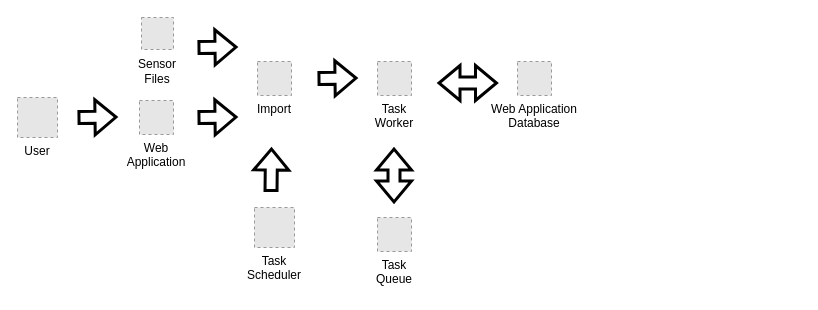
Earlier version of the draw.io diagram assets/images/2023-12-04-struggling-to-sync-sensors-and-databases/source-files-to-timescale-database.drawio (rdmolony/rdmolony.github.io). Source tidied: cells renumbered, new cells numbered last; positions are measured from the earlier drawing's top-left corner, leaving out a move shared by most shapes. Both pictures are drawn from the tidied source at 100%, with x=0, y=0 at pixel (17, 17). Pictures stored in the file or linked from it are replaced by grey dashed boxes.
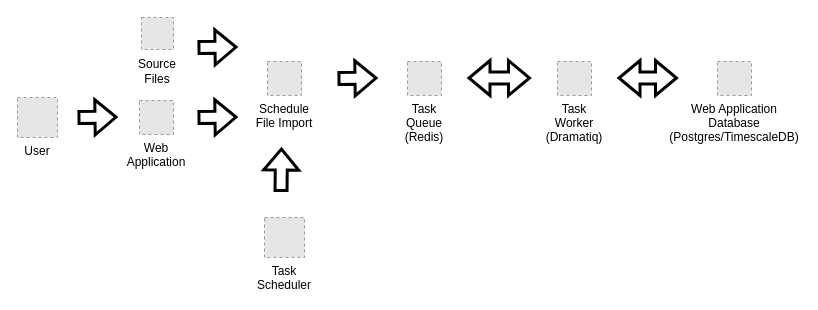
Above is the later version.

What changed in the source:
```diff
@@
-    <mxCell id="2" style="shape=flexArrow;endArrow=classic;html=1;rounded=0;strokeWidth=3;" parent="1" edge="1">
-      <mxGeometry relative="1" as="geometry">
-        <mxPoint x="180" y="30" as="sourcePoint" />
-        <mxPoint x="220" y="29.5" as="targetPoint" />
-      </mxGeometry>
-    </mxCell>
-    <mxCell id="3" value="Import" style="fillColor=#E6E6E6;strokeColor=#999999;dashed=1;verticalLabelPosition=bottom;labelBackgroundColor=default;verticalAlign=top;" parent="1" vertex="1">
-      <mxGeometry x="240" y="44" width="34" height="34" as="geometry" />
-    </mxCell>
-    <mxCell id="4" value="Web Application&#10;Database" style="fillColor=#E6E6E6;strokeColor=#999999;dashed=1;verticalLabelPosition=bottom;labelBackgroundColor=default;verticalAlign=top;" parent="1" vertex="1">
-      <mxGeometry x="500" y="44" width="34" height="34" as="geometry" />
-    </mxCell>
-    <mxCell id="5" style="shape=flexArrow;endArrow=classic;startArrow=classic;html=1;rounded=0;entryX=0.75;entryY=1;entryDx=0;entryDy=0;strokeWidth=3;" parent="1" edge="1">
-      <mxGeometry relative="1" as="geometry">
-        <mxPoint x="420" y="65.5" as="sourcePoint" />
-        <mxPoint x="480.5" y="65.5" as="targetPoint" />
-      </mxGeometry>
-    </mxCell>
+    <mxCell id="19" style="shape=flexArrow;endArrow=classic;html=1;rounded=0;strokeWidth=3;" parent="1" edge="1">
+      <mxGeometry relative="1" as="geometry">
+        <mxPoint x="180" y="30" as="sourcePoint" />
+        <mxPoint x="220" y="29.5" as="targetPoint" />
+      </mxGeometry>
+    </mxCell>
+    <mxCell id="20" value="Schedule&#10;File Import" style="fillColor=#E6E6E6;strokeColor=#999999;dashed=1;verticalLabelPosition=bottom;labelBackgroundColor=default;verticalAlign=top;" parent="1" vertex="1">
+      <mxGeometry x="250" y="44" width="34" height="34" as="geometry" />
+    </mxCell>
+    <mxCell id="21" value="Web Application&#10;Database&#10;(Postgres/TimescaleDB)" style="fillColor=#E6E6E6;strokeColor=#999999;dashed=1;verticalLabelPosition=bottom;labelBackgroundColor=default;verticalAlign=top;" parent="1" vertex="1">
+      <mxGeometry x="700" y="44" width="34" height="34" as="geometry" />
+    </mxCell>
+    <mxCell id="22" style="shape=flexArrow;endArrow=classic;startArrow=classic;html=1;rounded=0;entryX=0.75;entryY=1;entryDx=0;entryDy=0;strokeWidth=3;" parent="1" edge="1">
+      <mxGeometry relative="1" as="geometry">
+        <mxPoint x="600" y="60.5" as="sourcePoint" />
+        <mxPoint x="660.5" y="60.5" as="targetPoint" />
+      </mxGeometry>
+    </mxCell>
@@
-    <mxCell id="7" style="shape=flexArrow;endArrow=classic;html=1;rounded=0;strokeWidth=3;" parent="1" edge="1">
-      <mxGeometry relative="1" as="geometry">
-        <mxPoint x="60" y="100" as="sourcePoint" />
-        <mxPoint x="100" y="99.5" as="targetPoint" />
-      </mxGeometry>
-    </mxCell>
+    <mxCell id="23" style="shape=flexArrow;endArrow=classic;html=1;rounded=0;strokeWidth=3;" parent="1" edge="1">
+      <mxGeometry relative="1" as="geometry">
+        <mxPoint x="60" y="100" as="sourcePoint" />
+        <mxPoint x="100" y="99.5" as="targetPoint" />
+      </mxGeometry>
+    </mxCell>
@@
-    <mxCell id="9" style="shape=flexArrow;endArrow=classic;html=1;rounded=0;strokeWidth=3;" parent="1" edge="1">
-      <mxGeometry relative="1" as="geometry">
-        <mxPoint x="180" y="100" as="sourcePoint" />
-        <mxPoint x="220" y="99.5" as="targetPoint" />
-      </mxGeometry>
-    </mxCell>
-    <mxCell id="10" style="group;" parent="1" vertex="1">
-      <mxGeometry x="110" width="60" height="69" as="geometry" />
-    </mxCell>
+    <mxCell id="24" style="shape=flexArrow;endArrow=classic;html=1;rounded=0;strokeWidth=3;" parent="1" edge="1">
+      <mxGeometry relative="1" as="geometry">
+        <mxPoint x="180" y="100" as="sourcePoint" />
+        <mxPoint x="220" y="99.5" as="targetPoint" />
+      </mxGeometry>
+    </mxCell>
+    <mxCell id="25" style="group;" parent="1" vertex="1">
+      <mxGeometry x="110" width="60" height="69" as="geometry" />
+    </mxCell>
-    <mxCell id="11" style="fillColor=#E6E6E6;strokeColor=#999999;dashed=1;verticalLabelPosition=bottom;labelBackgroundColor=default;verticalAlign=top;" parent="10" vertex="1">
+    <mxCell id="11" style="fillColor=#E6E6E6;strokeColor=#999999;dashed=1;verticalLabelPosition=bottom;labelBackgroundColor=default;verticalAlign=top;" parent="25" vertex="1">
       <mxGeometry x="14" width="32" height="32" as="geometry" />
     </mxCell>
-    <mxCell id="12" value="Sensor&lt;br&gt;Files" style="text;html=1;strokeColor=none;fillColor=none;align=center;verticalAlign=middle;whiteSpace=wrap;rounded=0;" parent="10" vertex="1">
-      <mxGeometry y="39" width="60" height="30" as="geometry" />
-    </mxCell>
+    <mxCell id="26" value="Source&lt;br&gt;Files" style="text;html=1;strokeColor=none;fillColor=none;align=center;verticalAlign=middle;whiteSpace=wrap;rounded=0;" parent="25" vertex="1">
+      <mxGeometry y="39" width="60" height="30" as="geometry" />
+    </mxCell>
     <mxCell id="13" value="Task&#10;Scheduler" style="fillColor=#E6E6E6;strokeColor=#999999;dashed=1;verticalLabelPosition=bottom;labelBackgroundColor=default;verticalAlign=top;" parent="1" vertex="1">
-      <mxGeometry x="237" y="190" width="40" height="40" as="geometry" />
+      <mxGeometry x="247" y="200" width="40" height="40" as="geometry" />
     </mxCell>
-    <mxCell id="14" style="shape=flexArrow;endArrow=classic;html=1;rounded=0;strokeWidth=3;exitX=0.5;exitY=1;exitDx=0;exitDy=0;" parent="1" edge="1">
-      <mxGeometry relative="1" as="geometry">
-        <mxPoint x="253.5" y="174.5" as="sourcePoint" />
-        <mxPoint x="254" y="130" as="targetPoint" />
-      </mxGeometry>
-    </mxCell>
-    <mxCell id="15" value="Task&#10;Worker" style="fillColor=#E6E6E6;strokeColor=#999999;dashed=1;verticalLabelPosition=bottom;labelBackgroundColor=default;verticalAlign=top;" parent="1" vertex="1">
-      <mxGeometry x="360" y="44" width="34" height="34" as="geometry" />
-    </mxCell>
-    <mxCell id="16" style="shape=flexArrow;endArrow=classic;html=1;rounded=0;strokeWidth=3;" parent="1" edge="1">
-      <mxGeometry relative="1" as="geometry">
-        <mxPoint x="300" y="61" as="sourcePoint" />
-        <mxPoint x="340" y="60.5" as="targetPoint" />
-      </mxGeometry>
-    </mxCell>
-    <mxCell id="17" value="Task&#10;Queue" style="fillColor=#E6E6E6;strokeColor=#999999;dashed=1;verticalLabelPosition=bottom;labelBackgroundColor=default;verticalAlign=top;" parent="1" vertex="1">
-      <mxGeometry x="360" y="200" width="34" height="34" as="geometry" />
-    </mxCell>
-    <mxCell id="18" style="shape=flexArrow;endArrow=classic;startArrow=classic;html=1;rounded=0;strokeWidth=3;" parent="1" edge="1">
-      <mxGeometry relative="1" as="geometry">
-        <mxPoint x="376.5" y="130" as="sourcePoint" />
-        <mxPoint x="376.5" y="186" as="targetPoint" />
-      </mxGeometry>
-    </mxCell>
+    <mxCell id="27" style="shape=flexArrow;endArrow=classic;html=1;rounded=0;strokeWidth=3;exitX=0.5;exitY=1;exitDx=0;exitDy=0;" parent="1" edge="1">
+      <mxGeometry relative="1" as="geometry">
+        <mxPoint x="263.5" y="174.5" as="sourcePoint" />
+        <mxPoint x="264" y="130" as="targetPoint" />
+      </mxGeometry>
+    </mxCell>
+    <mxCell id="28" value="Task&#10;Worker&#10;(Dramatiq)" style="fillColor=#E6E6E6;strokeColor=#999999;dashed=1;verticalLabelPosition=bottom;labelBackgroundColor=default;verticalAlign=top;" parent="1" vertex="1">
+      <mxGeometry x="540" y="44" width="34" height="34" as="geometry" />
+    </mxCell>
+    <mxCell id="29" style="shape=flexArrow;endArrow=classic;html=1;rounded=0;strokeWidth=3;" parent="1" edge="1">
+      <mxGeometry relative="1" as="geometry">
+        <mxPoint x="320" y="61" as="sourcePoint" />
+        <mxPoint x="360" y="60.5" as="targetPoint" />
+      </mxGeometry>
+    </mxCell>
+    <mxCell id="30" value="Task&#10;Queue&#10;(Redis)" style="fillColor=#E6E6E6;strokeColor=#999999;dashed=1;verticalLabelPosition=bottom;labelBackgroundColor=default;verticalAlign=top;" parent="1" vertex="1">
+      <mxGeometry x="390" y="44" width="34" height="34" as="geometry" />
+    </mxCell>
+    <mxCell id="31" style="shape=flexArrow;endArrow=classic;startArrow=classic;html=1;rounded=0;strokeWidth=3;" parent="1" edge="1">
+      <mxGeometry relative="1" as="geometry">
+        <mxPoint x="450" y="60.5" as="sourcePoint" />
+        <mxPoint x="513.5" y="60.5" as="targetPoint" />
+      </mxGeometry>
+    </mxCell>
```
